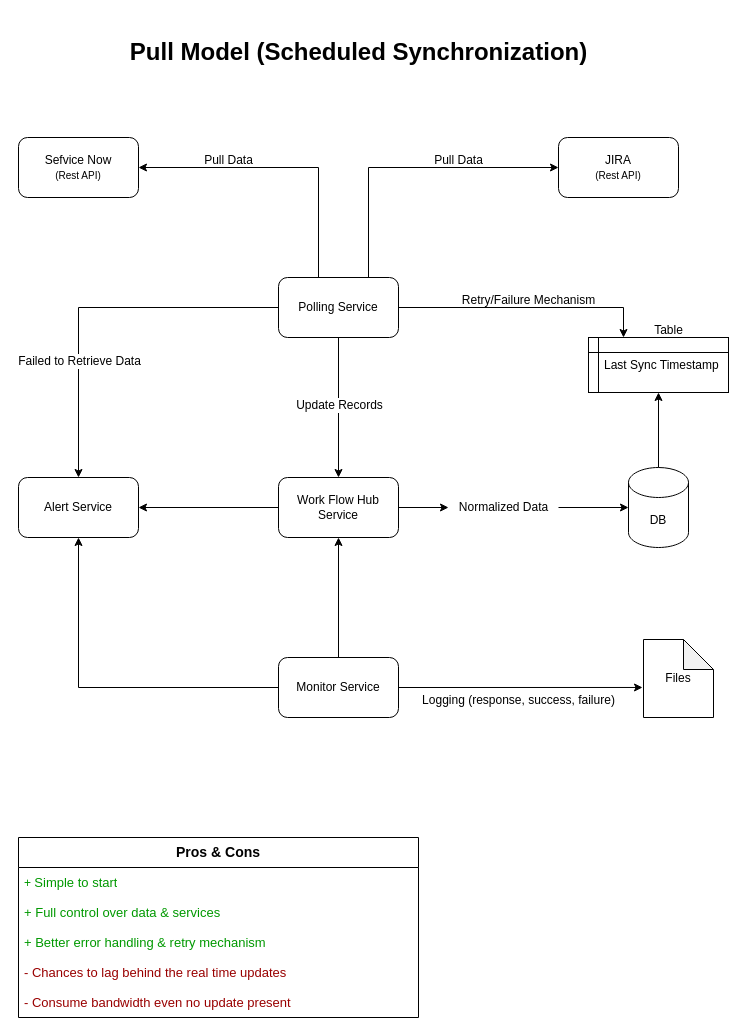
This is BRWH-Pull-Model.drawio from ivineetyadav/architectures, a draw.io file, before an edit. Source tidied: cells renumbered, new cells numbered last; positions are measured from the earlier drawing's top-left corner, leaving out a move shared by most shapes. Both pictures are drawn from the tidied source at 100%, with x=0, y=0 at pixel (18, 17).
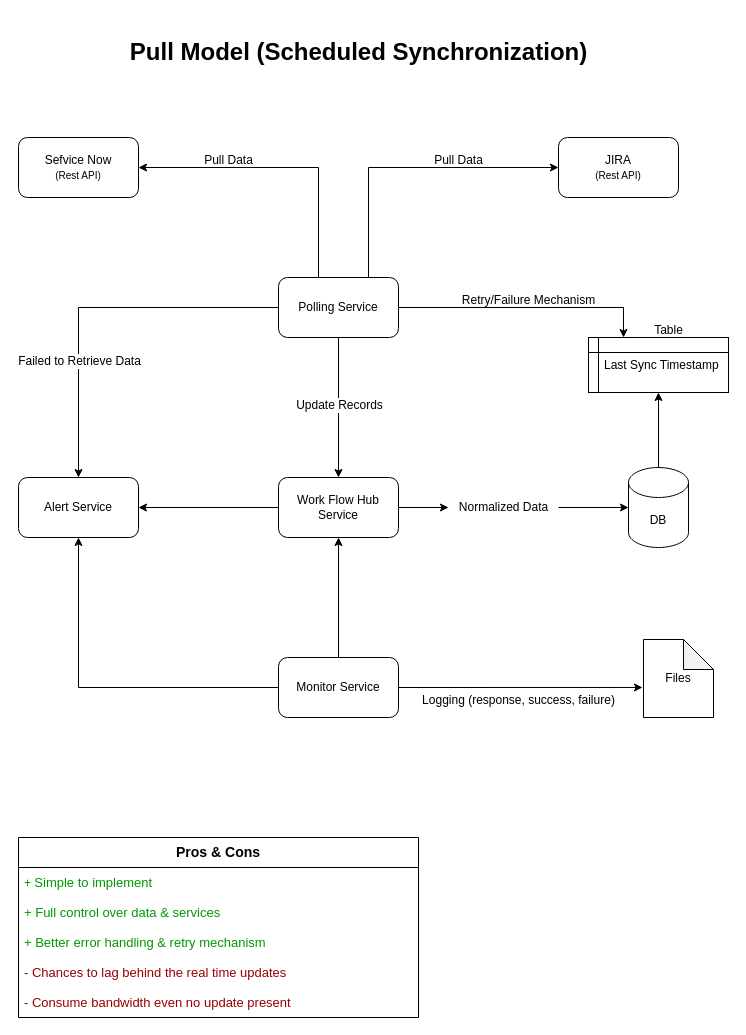
The same diagram, later.

Unchanged cells that the change refers to:
```xml
<mxCell id="32" value="&lt;h3&gt;Pros &amp;amp; Cons&lt;/h3&gt;" style="swimlane;fontStyle=0;horizontal=1;startSize=30;whiteSpace=wrap;html=1;" parent="1" vertex="1">
  <mxGeometry y="820" width="400" height="180" as="geometry" />
</mxCell>
```

Change to the diagram source:
```diff
@@
-    <mxCell id="33" value="&lt;font style=&quot;color: rgb(0, 153, 0);&quot;&gt;+ &lt;font style=&quot;font-size: 13px;&quot;&gt;Simple to start&lt;/font&gt;&lt;/font&gt;" style="text;strokeColor=none;fillColor=none;align=left;verticalAlign=middle;spacingLeft=4;spacingRight=4;overflow=hidden;whiteSpace=wrap;html=1;" parent="32" vertex="1">
+    <mxCell id="33" value="&lt;font style=&quot;color: rgb(0, 153, 0);&quot;&gt;+ &lt;font style=&quot;font-size: 13px;&quot;&gt;Simple to implement&lt;/font&gt;&lt;/font&gt;" style="text;strokeColor=none;fillColor=none;align=left;verticalAlign=middle;spacingLeft=4;spacingRight=4;overflow=hidden;whiteSpace=wrap;html=1;" parent="32" vertex="1">
       <mxGeometry y="30" width="400" height="30" as="geometry" />
     </mxCell>
```
